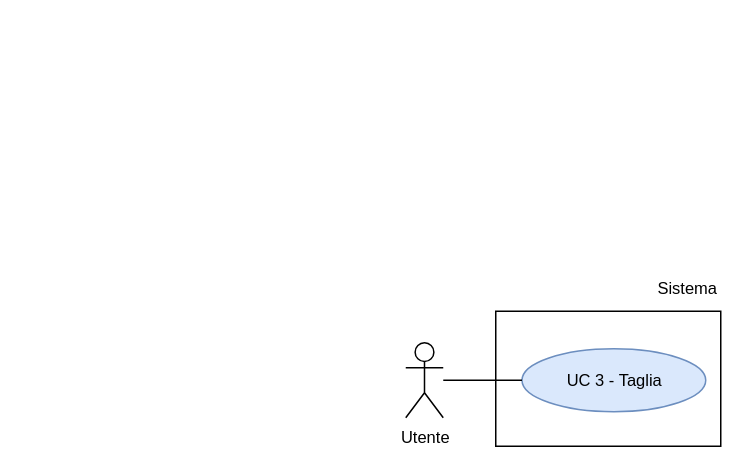
Above: RTB/doc_esterna/analisi-dei-requisiti/assets/draw.io/UC3.drawio in thebitless-group-swe/thebitless.github.io (draw.io), before the change. Source tidied: cells renumbered, new cells numbered last; positions are measured from the earlier drawing's top-left corner, leaving out a move shared by most shapes. Both pictures are drawn from the tidied source at 150%, with x=0, y=0 at pixel (405, 266).
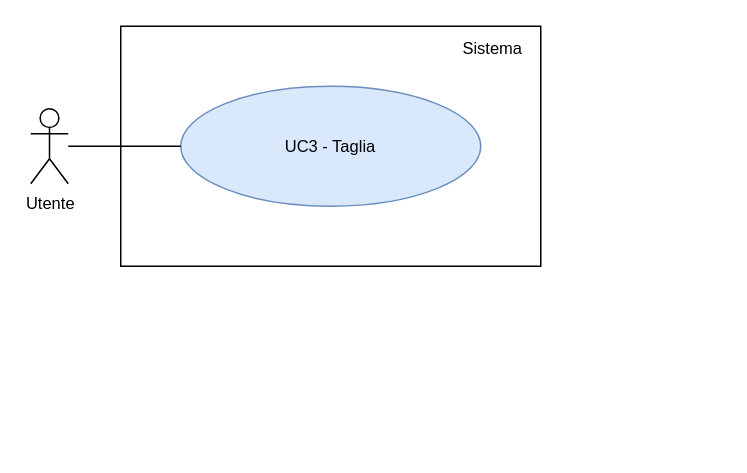
Above is the later version.

Diff of the diagram source:
```diff
@@
 <mxGraphModel>
   <root>
     <mxCell id="0" />
     <mxCell id="1" parent="0" />
     <mxCell id="2" value="Utente" style="shape=umlActor;verticalLabelPosition=bottom;verticalAlign=top;html=1;outlineConnect=0;fontSize=11;" parent="1" vertex="1">
-      <mxGeometry y="51" width="25" height="50" as="geometry" />
+      <mxGeometry x="-250" y="-105" width="25" height="50" as="geometry" />
     </mxCell>
-    <mxCell id="3" style="rounded=0;whiteSpace=wrap;html=1;strokeWidth=1;" parent="1" vertex="1">
-      <mxGeometry x="60" y="30" width="150" height="90" as="geometry" />
-    </mxCell>
+    <mxCell id="8" style="rounded=0;whiteSpace=wrap;html=1;strokeWidth=1;" parent="1" vertex="1">
+      <mxGeometry x="-190" y="-160" width="280" height="160" as="geometry" />
+    </mxCell>
     <mxCell id="4" value="Sistema" style="text;html=1;whiteSpace=wrap;strokeColor=none;fillColor=none;align=right;verticalAlign=middle;fontSize=11;" parent="1" vertex="1">
-      <mxGeometry x="150" width="60" height="30" as="geometry" />
+      <mxGeometry x="10" y="-155" width="70" height="20" as="geometry" />
     </mxCell>
-    <mxCell id="5" value="UC 3 - Taglia" style="ellipse;whiteSpace=wrap;html=1;fillColor=#dae8fc;strokeColor=#6c8ebf;fontSize=11;convertToSvg=1;svgWhiteSpace=wrap;labelBorderColor=none;labelBackgroundColor=none;spacingBottom=0;" parent="1" vertex="1">
-      <mxGeometry x="77.5" y="55" width="122.5" height="42" as="geometry" />
-    </mxCell>
-    <mxCell id="6" style="edgeStyle=none;rounded=0;jettySize=auto;html=1;endArrow=none;endFill=0;" parent="1" edge="1" source="2" target="5">
-      <mxGeometry relative="1" as="geometry" />
-    </mxCell>
-    <mxCell id="7" style="edgeStyle=orthogonalEdgeStyle;rounded=0;orthogonalLoop=1;jettySize=auto;html=1;exitX=0.5;exitY=1;exitDx=0;exitDy=0;" parent="1" edge="1" source="4" target="4">
-      <mxGeometry relative="1" as="geometry" />
-    </mxCell>
+    <mxCell id="9" value="UC3 - Taglia" style="ellipse;whiteSpace=wrap;html=1;fillColor=#dae8fc;strokeColor=#6c8ebf;fontSize=11;" parent="1" vertex="1">
+      <mxGeometry x="-150" y="-120" width="200" height="80" as="geometry" />
+    </mxCell>
+    <mxCell id="10" style="edgeStyle=none;rounded=0;jettySize=auto;html=1;endArrow=none;endFill=0;" parent="1" edge="1" source="2" target="9">
+      <mxGeometry relative="1" as="geometry" />
+    </mxCell>
   </root>
 </mxGraphModel>
```
